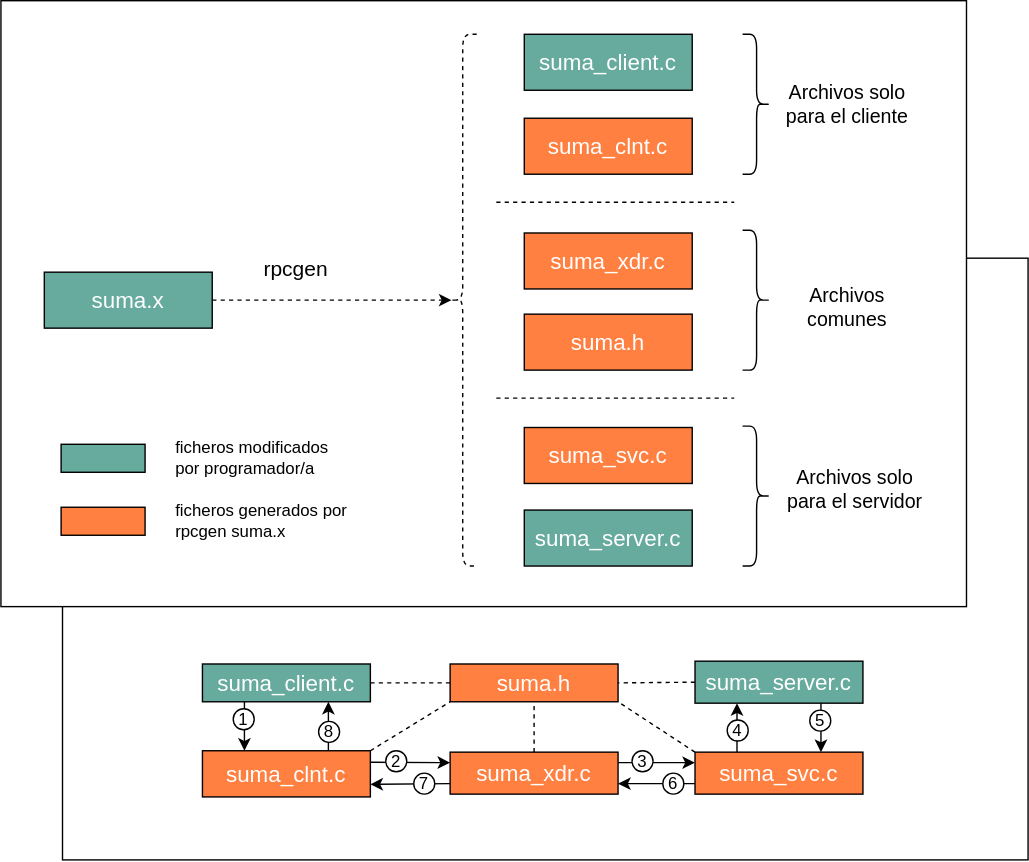
Above: transparencias/ssdd_rpc/ssdd_rpc_drawio_81.svg in acaldero/uc3m_sd (draw.io), before the change. Source tidied: cells renumbered, new cells last; positions are measured from the earlier drawing's top-left corner, leaving out a move shared by most shapes.
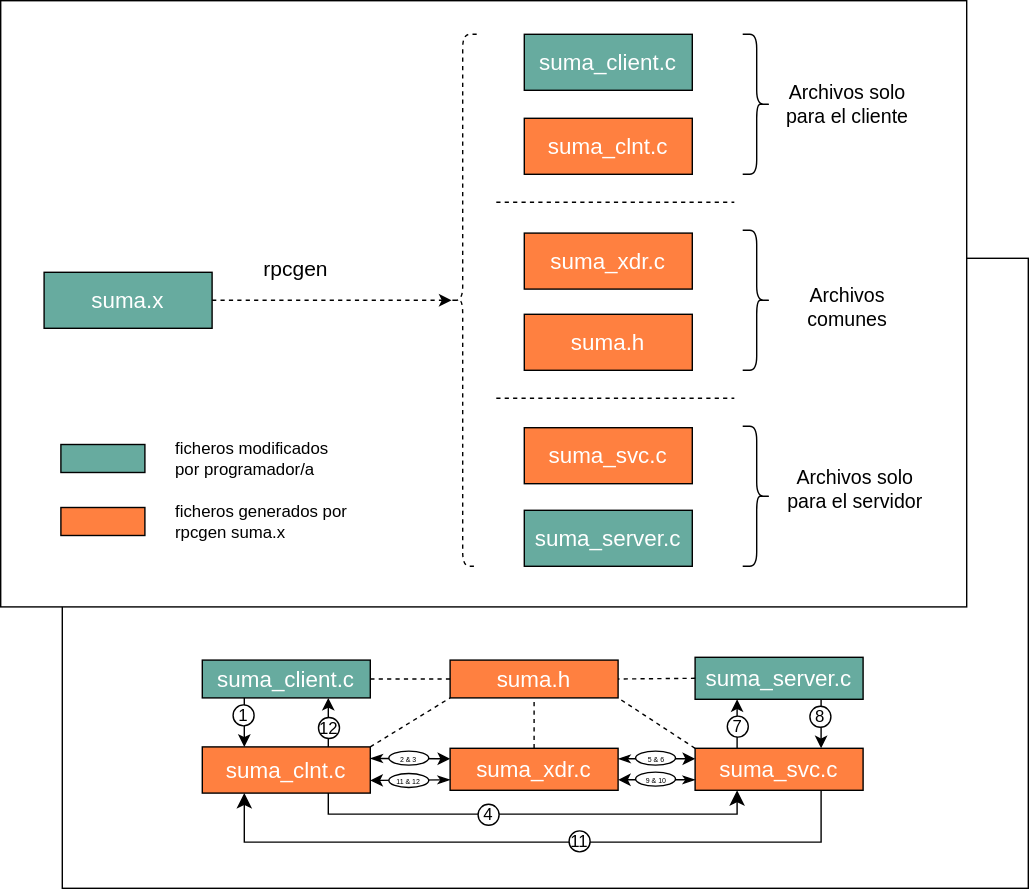
Later version of the same file.

Diff of the diagram source:
```diff
@@ -3,7 +3,7 @@
     <mxCell id="0" />
     <mxCell id="1" parent="0" />
     <mxCell id="2" style="rounded=0;whiteSpace=wrap;html=1;" parent="1" vertex="1">
-      <mxGeometry x="44" y="184" width="690" height="430" as="geometry" />
+      <mxGeometry x="44" y="184" width="690" height="450" as="geometry" />
     </mxCell>
     <mxCell id="3" style="rounded=0;whiteSpace=wrap;html=1;" parent="1" vertex="1">
       <mxGeometry width="690" height="433" as="geometry" />
@@ -81,22 +81,22 @@
       <mxGeometry x="123" y="312" width="130" height="30" as="geometry" />
     </mxCell>
     <mxCell id="26" value="&lt;div&gt;suma_svc.c&lt;/div&gt;" style="rounded=0;whiteSpace=wrap;html=1;fontSize=16;fillColor=#ff8040;fontColor=#FFFFFF;" parent="1" vertex="1">
-      <mxGeometry x="496" y="537" width="120" height="30" as="geometry" />
+      <mxGeometry x="496" y="534" width="120" height="30" as="geometry" />
     </mxCell>
     <mxCell id="27" value="suma_server.c" style="rounded=0;whiteSpace=wrap;html=1;fontSize=16;fillColor=#67AB9F;fontColor=#FFFFFF;" parent="1" vertex="1">
-      <mxGeometry x="496" y="472" width="120" height="30" as="geometry" />
+      <mxGeometry x="496" y="469" width="120" height="30" as="geometry" />
     </mxCell>
     <mxCell id="28" value="suma_client.c" style="rounded=0;whiteSpace=wrap;html=1;fontSize=16;fillColor=#67AB9F;fontColor=#FFFFFF;" parent="1" vertex="1">
-      <mxGeometry x="144" y="474" width="120" height="27" as="geometry" />
+      <mxGeometry x="144" y="471" width="120" height="27" as="geometry" />
     </mxCell>
     <mxCell id="29" value="&lt;div&gt;suma_clnt.c&lt;/div&gt;" style="rounded=0;whiteSpace=wrap;html=1;fontSize=16;fillColor=#ff8040;fontColor=#FFFFFF;" parent="1" vertex="1">
-      <mxGeometry x="144" y="536" width="120" height="33" as="geometry" />
+      <mxGeometry x="144" y="533" width="120" height="33" as="geometry" />
     </mxCell>
     <mxCell id="30" value="&lt;div&gt;suma_xdr.c&lt;/div&gt;" style="rounded=0;whiteSpace=wrap;html=1;fontSize=16;fillColor=#ff8040;fontColor=#FFFFFF;verticalAlign=middle;" parent="1" vertex="1">
-      <mxGeometry x="321" y="537" width="120" height="30" as="geometry" />
+      <mxGeometry x="321" y="534" width="120" height="30" as="geometry" />
     </mxCell>
     <mxCell id="31" value="&lt;div&gt;suma.h&lt;/div&gt;" style="rounded=0;whiteSpace=wrap;html=1;fontSize=16;fillColor=#ff8040;fontColor=#FFFFFF;" parent="1" vertex="1">
-      <mxGeometry x="321" y="474" width="120" height="27" as="geometry" />
+      <mxGeometry x="321" y="471" width="120" height="27" as="geometry" />
     </mxCell>
     <mxCell id="32" style="endArrow=none;dashed=1;html=1;rounded=0;exitX=1;exitY=0;exitDx=0;exitDy=0;entryX=0;entryY=1;entryDx=0;entryDy=0;" parent="1" edge="1" source="29" target="31">
       <mxGeometry relative="1" as="geometry" />
@@ -126,42 +126,62 @@
       <mxGeometry relative="1" as="geometry" />
     </mxCell>
     <mxCell id="41" value="1" style="ellipse;whiteSpace=wrap;html=1;" parent="1" vertex="1">
-      <mxGeometry x="166" y="506" width="15" height="15" as="geometry" />
+      <mxGeometry x="166" y="503" width="15" height="15" as="geometry" />
     </mxCell>
-    <mxCell id="42" value="4" style="ellipse;whiteSpace=wrap;html=1;" parent="1" vertex="1">
-      <mxGeometry x="519" y="514" width="15" height="15" as="geometry" />
+    <mxCell id="42" value="7" style="ellipse;whiteSpace=wrap;html=1;" parent="1" vertex="1">
+      <mxGeometry x="519" y="511" width="15" height="15" as="geometry" />
     </mxCell>
-    <mxCell id="43" value="5" style="ellipse;whiteSpace=wrap;html=1;" parent="1" vertex="1">
-      <mxGeometry x="578" y="507" width="15" height="15" as="geometry" />
+    <mxCell id="43" value="8" style="ellipse;whiteSpace=wrap;html=1;" parent="1" vertex="1">
+      <mxGeometry x="578" y="504" width="15" height="15" as="geometry" />
     </mxCell>
-    <mxCell id="44" value="8" style="ellipse;whiteSpace=wrap;html=1;" parent="1" vertex="1">
-      <mxGeometry x="227" y="515" width="15" height="15" as="geometry" />
+    <mxCell id="44" value="12" style="ellipse;whiteSpace=wrap;html=1;" parent="1" vertex="1">
+      <mxGeometry x="227" y="512" width="15" height="15" as="geometry" />
     </mxCell>
-    <mxCell id="45" style="endArrow=classic;html=1;rounded=0;exitX=1;exitY=0.25;exitDx=0;exitDy=0;entryX=0;entryY=0.25;entryDx=0;entryDy=0;" parent="1" edge="1" source="29" target="30">
+    <mxCell id="45" style="endArrow=classic;html=1;rounded=0;exitX=1;exitY=0.25;exitDx=0;exitDy=0;entryX=0;entryY=0.25;entryDx=0;entryDy=0;startArrow=classicThin;startFill=1;" parent="1" edge="1" source="29" target="30">
       <mxGeometry relative="1" as="geometry" />
     </mxCell>
-    <mxCell id="46" style="endArrow=classic;html=1;rounded=0;entryX=0;entryY=0.25;entryDx=0;entryDy=0;exitX=1;exitY=0.25;exitDx=0;exitDy=0;" parent="1" edge="1" source="30" target="26">
+    <mxCell id="46" style="endArrow=classic;html=1;rounded=0;entryX=0;entryY=0.25;entryDx=0;entryDy=0;exitX=1;exitY=0.25;exitDx=0;exitDy=0;startArrow=classicThin;startFill=1;" parent="1" edge="1" source="30" target="26">
       <mxGeometry relative="1" as="geometry" />
     </mxCell>
-    <mxCell id="47" value="2" style="ellipse;whiteSpace=wrap;html=1;fillColor=default;" parent="1" vertex="1">
-      <mxGeometry x="275" y="536" width="15" height="15" as="geometry" />
-    </mxCell>
-    <mxCell id="48" value="3" style="ellipse;whiteSpace=wrap;html=1;" parent="1" vertex="1">
-      <mxGeometry x="451" y="536" width="15" height="15" as="geometry" />
-    </mxCell>
-    <mxCell id="49" style="endArrow=classic;html=1;rounded=0;exitX=0;exitY=0.75;exitDx=0;exitDy=0;entryX=1;entryY=0.75;entryDx=0;entryDy=0;" parent="1" edge="1" source="26" target="30">
+    <mxCell id="49" style="endArrow=classic;html=1;rounded=0;exitX=0;exitY=0.75;exitDx=0;exitDy=0;entryX=1;entryY=0.75;entryDx=0;entryDy=0;startArrow=classicThin;startFill=1;" parent="1" edge="1" source="26" target="30">
       <mxGeometry relative="1" as="geometry" />
     </mxCell>
-    <mxCell id="50" style="endArrow=classic;html=1;rounded=0;exitX=0;exitY=0.75;exitDx=0;exitDy=0;" parent="1" edge="1" source="30">
+    <mxCell id="50" style="endArrow=classic;html=1;rounded=0;exitX=0;exitY=0.75;exitDx=0;exitDy=0;startArrow=classicThin;startFill=1;" parent="1" edge="1" source="30">
       <mxGeometry relative="1" as="geometry">
-        <mxPoint x="264" y="560" as="targetPoint" />
+        <mxPoint x="264" y="557" as="targetPoint" />
       </mxGeometry>
     </mxCell>
-    <mxCell id="51" value="7" style="ellipse;whiteSpace=wrap;html=1;" parent="1" vertex="1">
-      <mxGeometry x="295" y="552" width="15" height="15" as="geometry" />
-    </mxCell>
-    <mxCell id="52" value="6" style="ellipse;whiteSpace=wrap;html=1;" parent="1" vertex="1">
-      <mxGeometry x="473" y="552" width="15" height="15" as="geometry" />
-    </mxCell>
+    <mxCell id="53" style="edgeStyle=elbowEdgeStyle;elbow=vertical;endArrow=classic;html=1;curved=0;rounded=0;endSize=8;startSize=8;exitX=0.75;exitY=1;exitDx=0;exitDy=0;entryX=0.25;entryY=1;entryDx=0;entryDy=0;" parent="1" edge="1" source="29" target="26">
+      <mxGeometry relative="1" as="geometry">
+        <Array as="points">
+          <mxPoint x="361" y="581" />
+        </Array>
+      </mxGeometry>
+    </mxCell>
+    <mxCell id="54" value="4" style="ellipse;whiteSpace=wrap;html=1;" parent="1" vertex="1">
+      <mxGeometry x="341" y="574" width="15" height="15" as="geometry" />
+    </mxCell>
+    <mxCell id="55" style="edgeStyle=elbowEdgeStyle;elbow=vertical;endArrow=classic;html=1;curved=0;rounded=0;endSize=8;startSize=8;exitX=0.75;exitY=1;exitDx=0;exitDy=0;entryX=0.25;entryY=1;entryDx=0;entryDy=0;" parent="1" edge="1" source="26" target="29">
+      <mxGeometry relative="1" as="geometry">
+        <Array as="points">
+          <mxPoint x="361" y="601" />
+        </Array>
+      </mxGeometry>
+    </mxCell>
+    <mxCell id="56" value="11" style="ellipse;whiteSpace=wrap;html=1;" parent="1" vertex="1">
+      <mxGeometry x="406" y="593" width="15" height="15" as="geometry" />
+    </mxCell>
+    <mxCell id="57" value="9 &amp;amp; 10" style="ellipse;whiteSpace=wrap;html=1;fontSize=5;" parent="1" vertex="1">
+      <mxGeometry x="453.5" y="551" width="28.5" height="10" as="geometry" />
+    </mxCell>
+    <mxCell id="58" value="11 &amp;amp; 12" style="ellipse;whiteSpace=wrap;html=1;fontSize=5;" parent="1" vertex="1">
+      <mxGeometry x="277.2" y="552" width="28.5" height="10" as="geometry" />
+    </mxCell>
+    <mxCell id="59" value="2 &amp;amp; 3" style="ellipse;whiteSpace=wrap;html=1;fontSize=5;" parent="1" vertex="1">
+      <mxGeometry x="277.2" y="536" width="28.5" height="10" as="geometry" />
+    </mxCell>
+    <mxCell id="60" value="5 &amp;amp; 6" style="ellipse;whiteSpace=wrap;html=1;fontSize=5;" parent="1" vertex="1">
+      <mxGeometry x="453.5" y="536" width="28.5" height="10" as="geometry" />
+    </mxCell>
   </root>
 </mxGraphModel>
```
